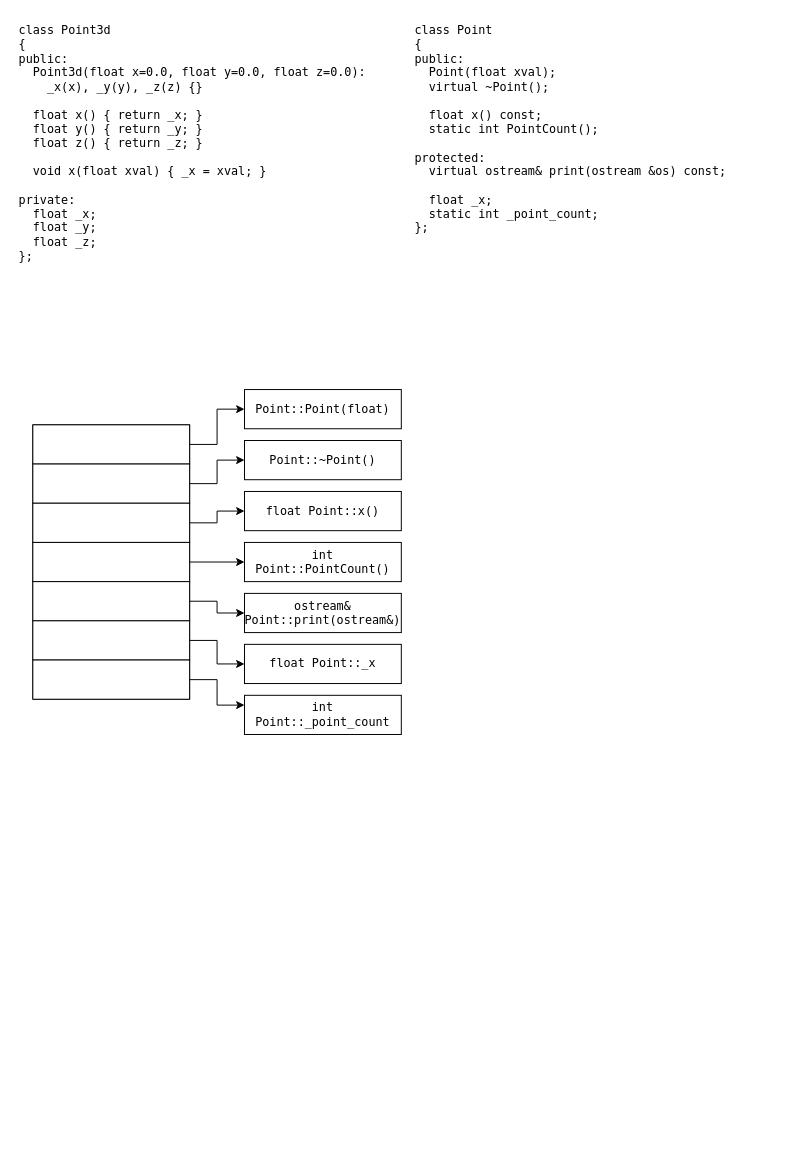
Above: page "Page-1" (1 of 2) of c++_object/c++object.drawio in hitgavin/diagrams (draw.io), before the change. Source tidied: cells renumbered, new cells numbered last; positions are measured from the earlier drawing's top-left corner, leaving out a move shared by most shapes. Both pictures are drawn from the tidied source at 98%, with x=0, y=0 at pixel (17, 17).
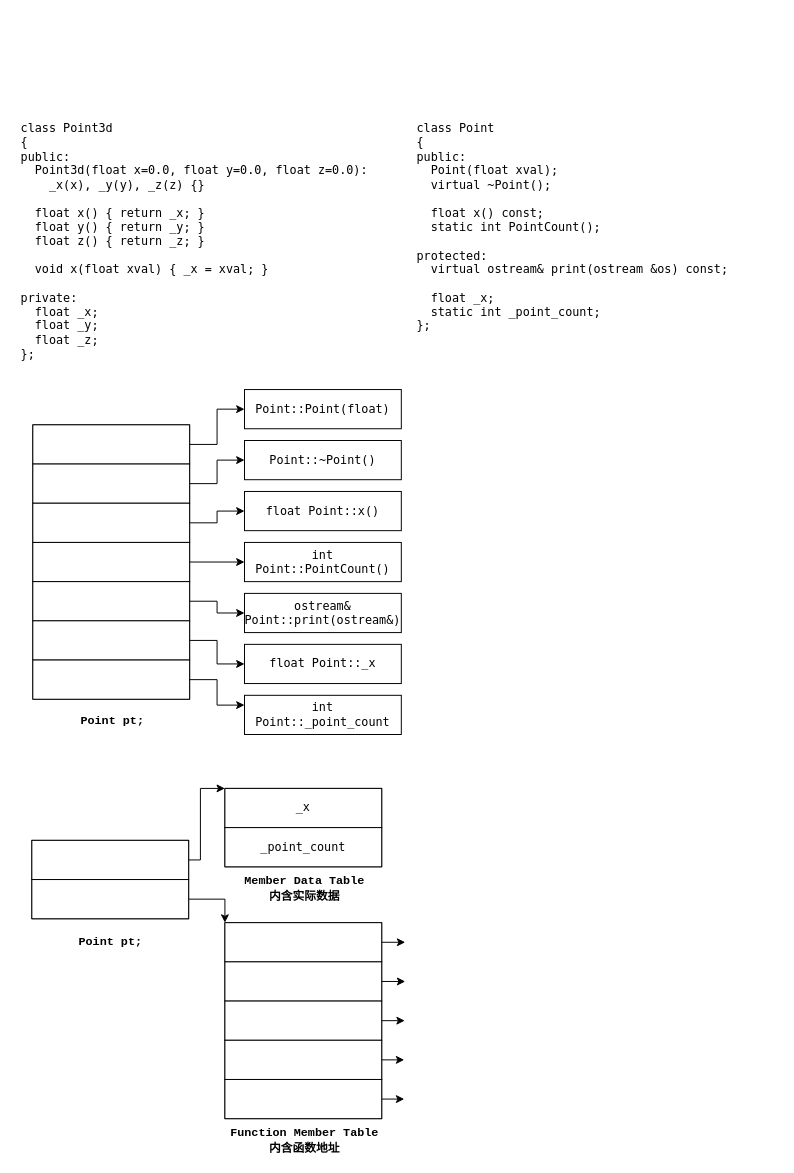
After the change.

Change to the diagram source:
```diff
@@
     <mxCell id="2" value="&lt;font face=&quot;Lucida Console&quot;&gt;class Point3d&amp;nbsp;&lt;br&gt;{&lt;br&gt;public:&lt;br&gt;&amp;nbsp; Point3d(float x=0.0, float y=0.0, float z=0.0):&lt;br&gt;&amp;nbsp; &amp;nbsp; _x(x), _y(y), _z(z) {}&lt;br&gt;&amp;nbsp;&amp;nbsp;&lt;br&gt;&amp;nbsp; float x() { return _x; }&lt;br&gt;&amp;nbsp; float y() { return _y; }&lt;br&gt;&amp;nbsp; float z() { return _z; }&lt;br&gt;&lt;br&gt;&amp;nbsp; void x(float xval) { _x = xval; }&lt;br&gt;&lt;br&gt;private:&lt;br&gt;&amp;nbsp; float _x;&lt;br&gt;&amp;nbsp; float _y;&lt;br&gt;&amp;nbsp; float _z;&lt;br&gt;};&lt;br&gt;&lt;/font&gt;" style="text;html=1;strokeColor=none;fillColor=none;align=left;verticalAlign=top;whiteSpace=wrap;rounded=0;" parent="1" vertex="1">
-      <mxGeometry width="370" height="280" as="geometry" />
+      <mxGeometry x="2" y="100" width="370" height="280" as="geometry" />
     </mxCell>
     <mxCell id="3" value="&lt;font face=&quot;Lucida Console&quot;&gt;class Point&lt;br&gt;{&lt;br&gt;public:&lt;br&gt;&amp;nbsp; Point(float xval);&lt;br&gt;&amp;nbsp; virtual ~Point();&lt;br&gt;&amp;nbsp;&amp;nbsp;&lt;br&gt;&amp;nbsp; float x() const;&lt;br&gt;&amp;nbsp; static int PointCount();&lt;br&gt;&lt;br&gt;protected:&lt;br&gt;&amp;nbsp; virtual ostream&amp;amp; print(ostream &amp;amp;os) const;&lt;br&gt;&lt;br&gt;&amp;nbsp; float _x;&lt;br&gt;&amp;nbsp; static int _point_count;&lt;br&gt;};&lt;br&gt;&lt;/font&gt;" style="text;html=1;strokeColor=none;fillColor=none;align=left;verticalAlign=top;whiteSpace=wrap;rounded=0;" parent="1" vertex="1">
-      <mxGeometry x="404" width="370" height="280" as="geometry" />
+      <mxGeometry x="406" y="100" width="370" height="280" as="geometry" />
     </mxCell>
@@
+    <mxCell id="26" value="&lt;font face=&quot;Courier New&quot;&gt;&lt;b&gt;Point pt;&lt;/b&gt;&lt;/font&gt;" style="text;html=1;align=center;verticalAlign=middle;fillColor=none;strokeColor=none;rounded=0;" parent="1" vertex="1">
+      <mxGeometry x="59" y="708" width="75" height="19" as="geometry" />
+    </mxCell>
+    <mxCell id="27" style="edgeStyle=orthogonalEdgeStyle;rounded=0;jettySize=auto;html=1;exitX=1;exitY=0.75;exitDx=0;exitDy=0;entryX=0;entryY=0;entryDx=0;entryDy=0;fontFamily=Courier New;" parent="1" edge="1" source="28" target="34">
+      <mxGeometry relative="1" as="geometry" />
+    </mxCell>
+    <mxCell id="28" style="swimlane;fontStyle=0;horizontal=1;startSize=0;align=center;fontSize=14;fontFamily=Lucida Console;swimlaneLine=1;" parent="1" vertex="1">
+      <mxGeometry x="15" y="840" width="160" height="80" as="geometry" />
+    </mxCell>
+    <mxCell id="29" style="whiteSpace=wrap;html=1;align=center;fontFamily=Lucida Console;" parent="28" vertex="1">
+      <mxGeometry width="160" height="40" as="geometry" />
+    </mxCell>
+    <mxCell id="30" style="whiteSpace=wrap;html=1;align=center;fontFamily=Lucida Console;" parent="28" vertex="1">
+      <mxGeometry y="40" width="160" height="40" as="geometry" />
+    </mxCell>
+    <mxCell id="31" style="swimlane;fontStyle=0;horizontal=1;startSize=0;align=center;fontSize=14;fontFamily=Lucida Console;swimlaneLine=1;" parent="1" vertex="1">
+      <mxGeometry x="212" y="787" width="160" height="80" as="geometry" />
+    </mxCell>
+    <mxCell id="32" value="_x" style="whiteSpace=wrap;html=1;align=center;fontFamily=Lucida Console;" parent="31" vertex="1">
+      <mxGeometry width="160" height="40" as="geometry" />
+    </mxCell>
+    <mxCell id="33" value="_point_count" style="whiteSpace=wrap;html=1;align=center;fontFamily=Lucida Console;" parent="31" vertex="1">
+      <mxGeometry y="40" width="160" height="40" as="geometry" />
+    </mxCell>
+    <mxCell id="34" style="swimlane;fontStyle=0;horizontal=1;startSize=0;align=center;fontSize=14;fontFamily=Lucida Console;swimlaneLine=1;" parent="1" vertex="1">
+      <mxGeometry x="212" y="924" width="160" height="200" as="geometry" />
+    </mxCell>
+    <mxCell id="35" style="whiteSpace=wrap;html=1;align=center;fontFamily=Lucida Console;" parent="34" vertex="1">
+      <mxGeometry width="160" height="40" as="geometry" />
+    </mxCell>
+    <mxCell id="36" style="whiteSpace=wrap;html=1;align=center;fontFamily=Lucida Console;" parent="34" vertex="1">
+      <mxGeometry y="40" width="160" height="40" as="geometry" />
+    </mxCell>
+    <mxCell id="37" style="whiteSpace=wrap;html=1;align=center;fontFamily=Lucida Console;" parent="34" vertex="1">
+      <mxGeometry y="80" width="160" height="40" as="geometry" />
+    </mxCell>
+    <mxCell id="38" style="whiteSpace=wrap;html=1;align=center;fontFamily=Lucida Console;" parent="34" vertex="1">
+      <mxGeometry y="120" width="160" height="40" as="geometry" />
+    </mxCell>
+    <mxCell id="39" style="whiteSpace=wrap;html=1;align=center;fontFamily=Lucida Console;" parent="34" vertex="1">
+      <mxGeometry y="160" width="160" height="40" as="geometry" />
+    </mxCell>
+    <mxCell id="40" value="&lt;font face=&quot;Courier New&quot;&gt;&lt;b&gt;Point pt;&lt;/b&gt;&lt;/font&gt;" style="text;html=1;align=center;verticalAlign=middle;fillColor=none;strokeColor=none;rounded=0;" parent="1" vertex="1">
+      <mxGeometry x="57.5" y="933" width="75" height="19" as="geometry" />
+    </mxCell>
+    <mxCell id="41" value="&lt;font face=&quot;Courier New&quot;&gt;&lt;b&gt;Member Data Table&lt;br&gt;内含实际数据&lt;br&gt;&lt;/b&gt;&lt;/font&gt;" style="text;html=1;align=center;verticalAlign=middle;fillColor=none;strokeColor=none;rounded=0;" parent="1" vertex="1">
+      <mxGeometry x="226.5" y="872" width="132" height="34" as="geometry" />
+    </mxCell>
+    <mxCell id="42" value="&lt;font face=&quot;Courier New&quot;&gt;&lt;b&gt;Function Member Table&lt;br&gt;内含函数地址&lt;br&gt;&lt;/b&gt;&lt;/font&gt;" style="text;html=1;align=center;verticalAlign=middle;fillColor=none;strokeColor=none;rounded=0;" parent="1" vertex="1">
+      <mxGeometry x="212.5" y="1129" width="161" height="34" as="geometry" />
+    </mxCell>
+    <mxCell id="43" style="edgeStyle=orthogonalEdgeStyle;rounded=0;jettySize=auto;html=1;exitX=1;exitY=0.5;exitDx=0;exitDy=0;entryX=0;entryY=0;entryDx=0;entryDy=0;fontFamily=Courier New;" parent="1" edge="1" source="29" target="32">
+      <mxGeometry relative="1" as="geometry">
+        <Array as="points">
+          <mxPoint x="187" y="860" />
+          <mxPoint x="187" y="787" />
+        </Array>
+      </mxGeometry>
+    </mxCell>
+    <mxCell id="44" style="edgeStyle=orthogonalEdgeStyle;rounded=0;jettySize=auto;html=1;exitX=1;exitY=0.5;exitDx=0;exitDy=0;fontFamily=Courier New;" parent="1" edge="1" source="35">
+      <mxGeometry relative="1" as="geometry">
+        <mxPoint x="396" y="944" as="targetPoint" />
+      </mxGeometry>
+    </mxCell>
+    <mxCell id="45" style="edgeStyle=orthogonalEdgeStyle;rounded=0;jettySize=auto;html=1;exitX=1;exitY=0.5;exitDx=0;exitDy=0;fontFamily=Courier New;" parent="1" edge="1" source="36">
+      <mxGeometry relative="1" as="geometry">
+        <mxPoint x="396" y="984" as="targetPoint" />
+      </mxGeometry>
+    </mxCell>
+    <mxCell id="46" style="edgeStyle=orthogonalEdgeStyle;rounded=0;jettySize=auto;html=1;exitX=1;exitY=0.5;exitDx=0;exitDy=0;fontFamily=Courier New;" parent="1" edge="1" source="37">
+      <mxGeometry relative="1" as="geometry">
+        <mxPoint x="395.5" y="1023.8" as="targetPoint" />
+      </mxGeometry>
+    </mxCell>
+    <mxCell id="47" style="edgeStyle=orthogonalEdgeStyle;rounded=0;jettySize=auto;html=1;exitX=1;exitY=0.5;exitDx=0;exitDy=0;fontFamily=Courier New;" parent="1" edge="1" source="38">
+      <mxGeometry relative="1" as="geometry">
+        <mxPoint x="395" y="1063.8" as="targetPoint" />
+      </mxGeometry>
+    </mxCell>
+    <mxCell id="48" style="edgeStyle=orthogonalEdgeStyle;rounded=0;jettySize=auto;html=1;exitX=1;exitY=0.5;exitDx=0;exitDy=0;fontFamily=Courier New;" parent="1" edge="1" source="39">
+      <mxGeometry relative="1" as="geometry">
+        <mxPoint x="395" y="1103.8" as="targetPoint" />
+      </mxGeometry>
+    </mxCell>
```
